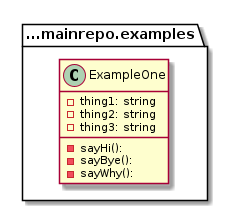
Above: graph.png in tbal999/pumlaction (PlantUML), before the change.
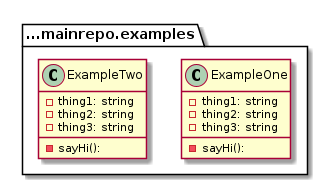
Later version of the same file.

The edit, as a diff of the source:
```diff
@@ -5,8 +5,14 @@
 -thing2: string
 -thing3: string
 -sayHi():
--sayBye():
--sayWhy():
+}
+}
+package ...mainrepo.examples{
+class ExampleTwo {
+-thing1: string
+-thing2: string
+-thing3: string
+-sayHi():
 }
 }
 
```
